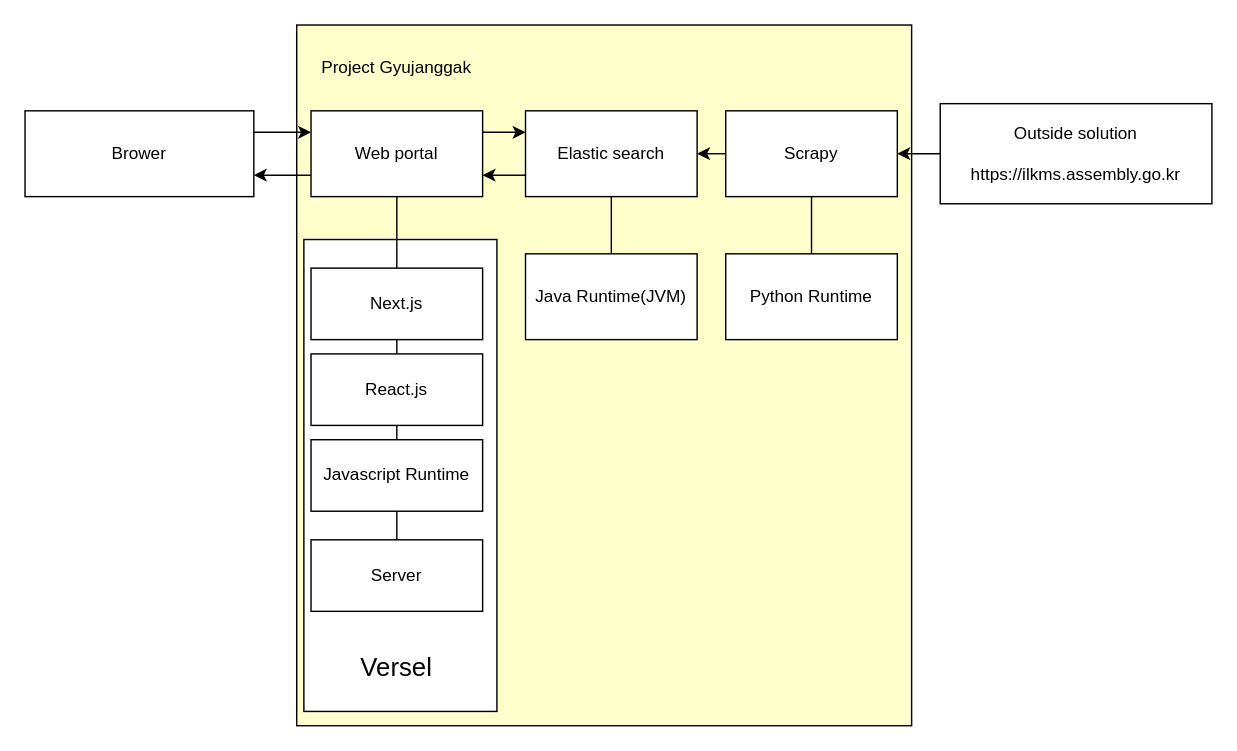
Earlier version of the draw.io diagram page "Search Engine" (1 of 2) of architecture/gyujanggakHLA.drawio (YongwoonJang/gyujanggak). Source tidied: cells renumbered, new cells numbered last; positions are measured from the earlier drawing's top-left corner, leaving out a move shared by most shapes. Both pictures are drawn from the tidied source at 143%, with x=0, y=0 at pixel (24, 24).
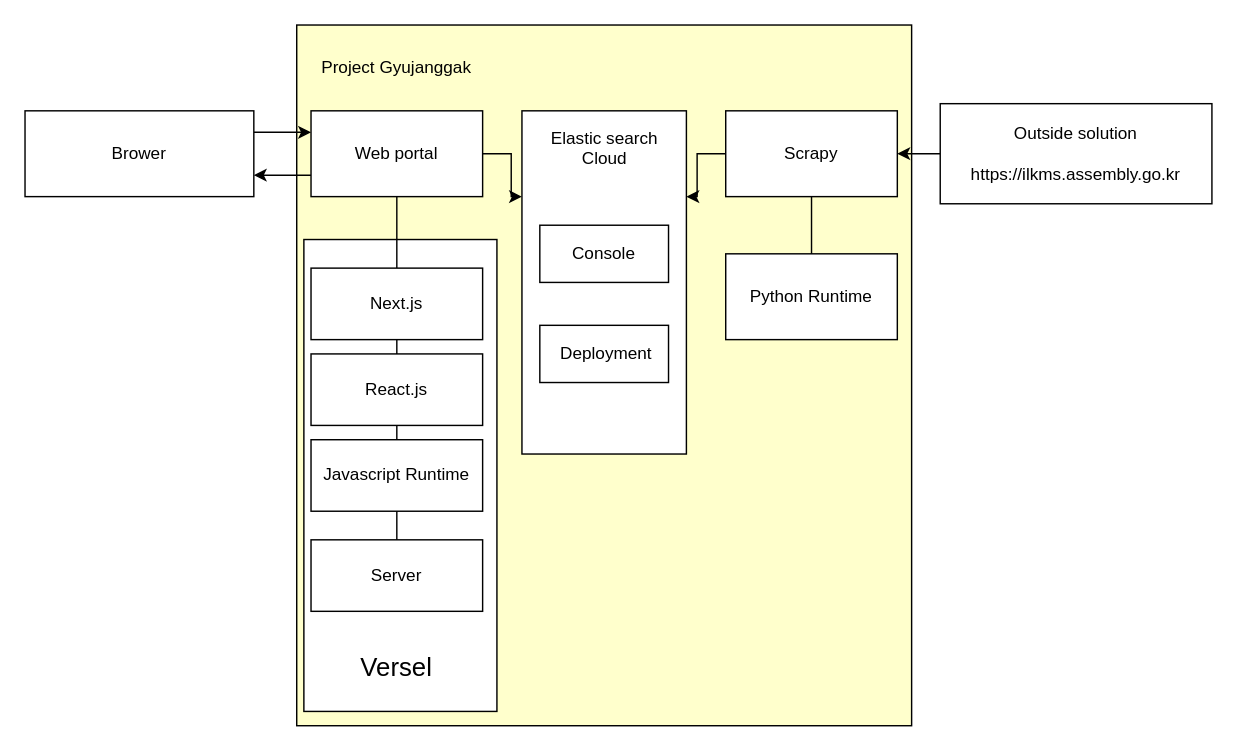
The same page after the edit.

Commit message (it also covers changes not shown here):
Modify : Gear enterprise search with scrapy

The change refers to these unchanged cells:
```xml
<mxCell id="6" value="Web portal" style="rounded=0;whiteSpace=wrap;html=1;" parent="1" vertex="1">
  <mxGeometry x="200" y="60" width="120" height="60" as="geometry" />
</mxCell>
<mxCell id="10" value="Scrapy" style="rounded=0;whiteSpace=wrap;html=1;" parent="1" vertex="1">
  <mxGeometry x="490" y="60" width="120" height="60" as="geometry" />
</mxCell>
<mxCell id="25" value="Brower" style="rounded=0;whiteSpace=wrap;html=1;" parent="1" vertex="1">
  <mxGeometry y="60" width="160" height="60" as="geometry" />
</mxCell>
```

What changed in the source:
```diff
@@
+    <mxCell id="5" style="edgeStyle=orthogonalEdgeStyle;rounded=0;jettySize=auto;html=1;exitX=0;exitY=0.75;exitDx=0;exitDy=0;entryX=1;entryY=0.75;entryDx=0;entryDy=0;" parent="1" edge="1" source="6" target="25">
+      <mxGeometry relative="1" as="geometry" />
+    </mxCell>
-    <mxCell id="4" style="edgeStyle=orthogonalEdgeStyle;rounded=0;jettySize=auto;html=1;exitX=1;exitY=0.25;exitDx=0;exitDy=0;entryX=0;entryY=0.25;entryDx=0;entryDy=0;" parent="1" edge="1" source="6" target="8">
+    <mxCell id="4" style="edgeStyle=orthogonalEdgeStyle;rounded=0;jettySize=auto;html=1;exitX=1;exitY=0.5;exitDx=0;exitDy=0;entryX=0;entryY=0.25;entryDx=0;entryDy=0;" parent="1" edge="1" source="6" target="8">
       <mxGeometry relative="1" as="geometry" />
     </mxCell>
-    <mxCell id="5" style="edgeStyle=orthogonalEdgeStyle;rounded=0;jettySize=auto;html=1;exitX=0;exitY=0.75;exitDx=0;exitDy=0;entryX=1;entryY=0.75;entryDx=0;entryDy=0;" parent="1" edge="1" source="6" target="25">
-      <mxGeometry relative="1" as="geometry" />
-    </mxCell>
@@
-    <mxCell id="7" style="edgeStyle=orthogonalEdgeStyle;rounded=0;jettySize=auto;html=1;exitX=0;exitY=0.75;exitDx=0;exitDy=0;entryX=1;entryY=0.75;entryDx=0;entryDy=0;" parent="1" edge="1" source="8" target="6">
-      <mxGeometry relative="1" as="geometry" />
-    </mxCell>
-    <mxCell id="8" value="Elastic search" style="rounded=0;whiteSpace=wrap;html=1;" parent="1" vertex="1">
-      <mxGeometry x="350" y="60" width="120" height="60" as="geometry" />
+    <mxCell id="8" value="Elastic search&lt;br&gt;Cloud&lt;br&gt;&lt;br&gt;&lt;br&gt;&lt;br&gt;&lt;br&gt;&lt;br&gt;&lt;br&gt;&lt;br&gt;&lt;br&gt;&lt;br&gt;&lt;br&gt;&lt;br&gt;&lt;br&gt;&lt;br&gt;" style="rounded=0;whiteSpace=wrap;html=1;" parent="1" vertex="1">
+      <mxGeometry x="347.5" y="60" width="115" height="240" as="geometry" />
     </mxCell>
-    <mxCell id="9" style="edgeStyle=orthogonalEdgeStyle;rounded=0;jettySize=auto;html=1;exitX=0;exitY=0.5;exitDx=0;exitDy=0;entryX=1;entryY=0.5;entryDx=0;entryDy=0;" parent="1" edge="1" source="10" target="8">
+    <mxCell id="9" style="edgeStyle=orthogonalEdgeStyle;rounded=0;jettySize=auto;html=1;exitX=0;exitY=0.5;exitDx=0;exitDy=0;entryX=1;entryY=0.25;entryDx=0;entryDy=0;" parent="1" edge="1" source="10" target="8">
       <mxGeometry relative="1" as="geometry" />
     </mxCell>
@@
-    <mxCell id="12" value="Java Runtime(JVM)" style="rounded=0;whiteSpace=wrap;html=1;" parent="1" vertex="1">
-      <mxGeometry x="350" y="160" width="120" height="60" as="geometry" />
-    </mxCell>
@@
-    <mxCell id="19" style="endArrow=none;html=1;entryX=0.5;entryY=1;entryDx=0;entryDy=0;exitX=0.5;exitY=0;exitDx=0;exitDy=0;" parent="1" edge="1" source="12" target="8">
-      <mxGeometry relative="1" as="geometry" />
-    </mxCell>
@@
+    <mxCell id="29" value="&amp;nbsp;Deployment" style="rounded=0;whiteSpace=wrap;html=1;" parent="1" vertex="1">
+      <mxGeometry x="360" y="210" width="90" height="40" as="geometry" />
+    </mxCell>
+    <mxCell id="30" value="Console" style="rounded=0;whiteSpace=wrap;html=1;" parent="1" vertex="1">
+      <mxGeometry x="360" y="140" width="90" height="40" as="geometry" />
+    </mxCell>
```
